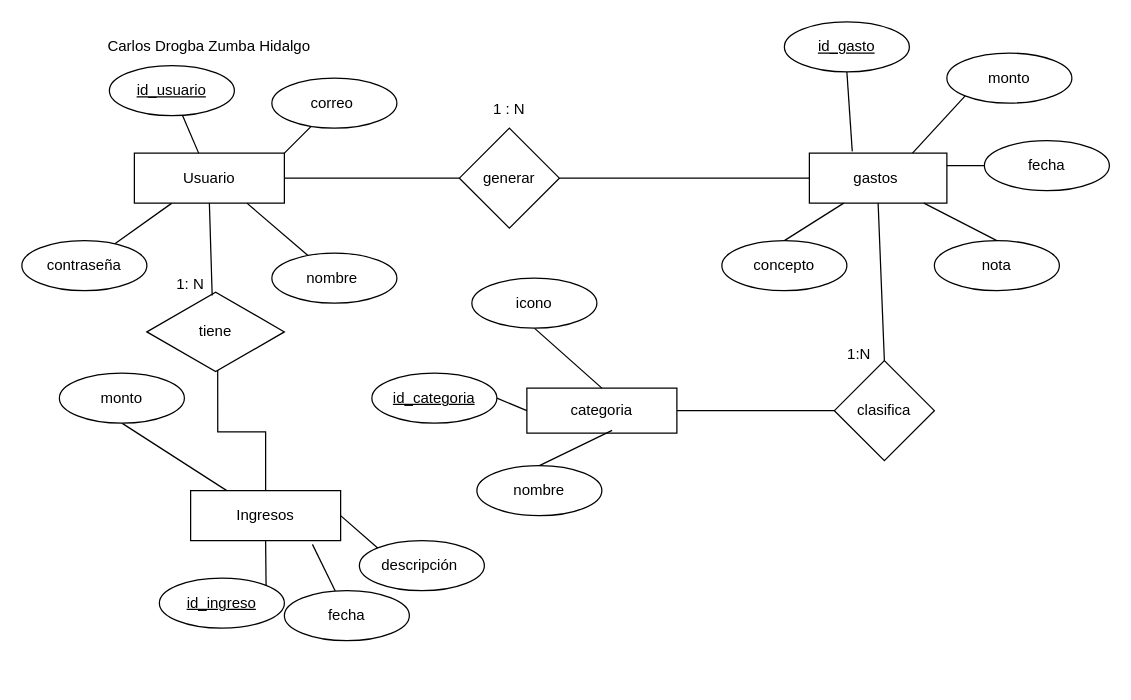
Before: Proyecto de unidad 1.drawio in CarlosZumba16/Base-de-Datos-Unidad-1, a draw.io diagram. Source tidied: cells renumbered, new cells numbered last; positions are measured from the earlier drawing's top-left corner, leaving out a move shared by most shapes. Both pictures are drawn from the tidied source at 125%, with x=0, y=0 at pixel (21, 21).
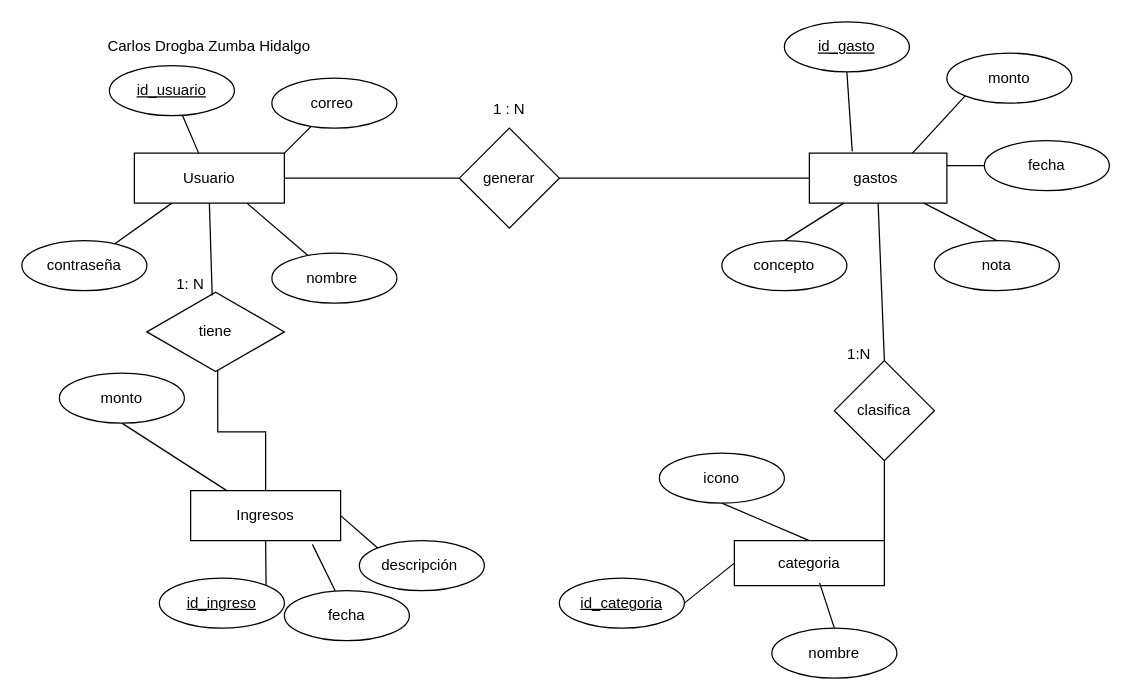
After the change.

The change refers to these unchanged cells:
```xml
<mxCell id="42" value="clasifica" style="rhombus;whiteSpace=wrap;html=1;" parent="1" vertex="1">
  <mxGeometry x="650" y="271" width="80" height="80" as="geometry" />
</mxCell>
```

Diff of the diagram source:
```diff
@@
-    <mxCell id="41" style="rounded=0;jettySize=auto;html=1;exitX=0;exitY=0.5;exitDx=0;exitDy=0;entryX=1;entryY=0.5;entryDx=0;entryDy=0;endArrow=none;endFill=0;" parent="1" edge="1" source="42" target="43">
+    <mxCell id="41" style="rounded=0;jettySize=auto;html=1;exitX=0.5;exitY=1;exitDx=0;exitDy=0;entryX=1;entryY=0.5;entryDx=0;entryDy=0;endArrow=none;endFill=0;" parent="1" edge="1" source="42" target="43">
       <mxGeometry relative="1" as="geometry" />
     </mxCell>
@@
     <mxCell id="43" value="categoria" style="rounded=0;whiteSpace=wrap;html=1;" parent="1" vertex="1">
-      <mxGeometry x="404" y="293" width="120" height="36" as="geometry" />
+      <mxGeometry x="570" y="415" width="120" height="36" as="geometry" />
     </mxCell>
@@
     <mxCell id="45" value="icono" style="ellipse;whiteSpace=wrap;html=1;align=center;newEdgeStyle={&quot;edgeStyle&quot;:&quot;entityRelationEdgeStyle&quot;,&quot;startArrow&quot;:&quot;none&quot;,&quot;endArrow&quot;:&quot;none&quot;,&quot;segment&quot;:10,&quot;curved&quot;:1,&quot;sourcePerimeterSpacing&quot;:0,&quot;targetPerimeterSpacing&quot;:0};" parent="1" vertex="1">
-      <mxGeometry x="360" y="205" width="100" height="40" as="geometry" />
+      <mxGeometry x="510" y="345" width="100" height="40" as="geometry" />
     </mxCell>
     <mxCell id="46" value="nombre" style="ellipse;whiteSpace=wrap;html=1;align=center;newEdgeStyle={&quot;edgeStyle&quot;:&quot;entityRelationEdgeStyle&quot;,&quot;startArrow&quot;:&quot;none&quot;,&quot;endArrow&quot;:&quot;none&quot;,&quot;segment&quot;:10,&quot;curved&quot;:1,&quot;sourcePerimeterSpacing&quot;:0,&quot;targetPerimeterSpacing&quot;:0};" parent="1" vertex="1">
-      <mxGeometry x="364" y="355" width="100" height="40" as="geometry" />
+      <mxGeometry x="600" y="485" width="100" height="40" as="geometry" />
     </mxCell>
@@
     <mxCell id="48" value="&lt;u&gt;id_categoria&lt;/u&gt;" style="ellipse;whiteSpace=wrap;html=1;align=center;newEdgeStyle={&quot;edgeStyle&quot;:&quot;entityRelationEdgeStyle&quot;,&quot;startArrow&quot;:&quot;none&quot;,&quot;endArrow&quot;:&quot;none&quot;,&quot;segment&quot;:10,&quot;curved&quot;:1,&quot;sourcePerimeterSpacing&quot;:0,&quot;targetPerimeterSpacing&quot;:0};" parent="1" vertex="1">
-      <mxGeometry x="280" y="281" width="100" height="40" as="geometry" />
+      <mxGeometry x="430" y="445" width="100" height="40" as="geometry" />
     </mxCell>
```
